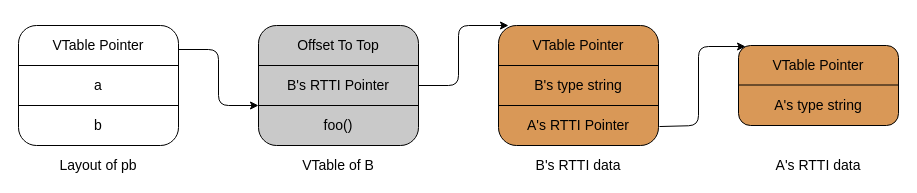
Above: rtti.drawio in luxufan/simple-website-template (draw.io), before the change. Source tidied: cells renumbered, new cells numbered last; positions are measured from the earlier drawing's top-left corner, leaving out a move shared by most shapes. Both pictures are drawn from the tidied source at 100%, with x=0, y=0 at pixel (18, 25).
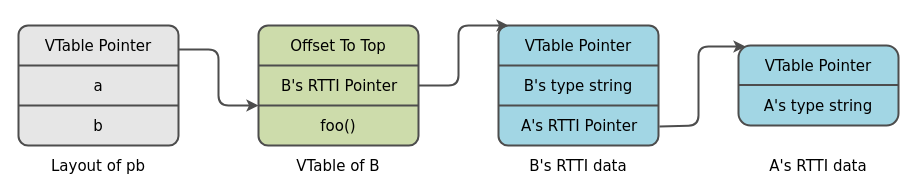
After the change.

What changed in the source:
```diff
@@
-    <mxCell id="2" style="rounded=1;whiteSpace=wrap;html=1;fillColor=#FFFFFF;" parent="1" vertex="1">
+    <mxCell id="2" style="rounded=1;whiteSpace=wrap;html=1;fillColor=#E6E6E6;arcSize=8;strokeColor=#4D4D4D;strokeWidth=2;" parent="1" vertex="1">
       <mxGeometry width="160" height="120" as="geometry" />
     </mxCell>
-    <mxCell id="3" style="endArrow=none;html=1;rounded=0;" parent="1" edge="1">
+    <mxCell id="3" style="endArrow=none;html=1;rounded=0;strokeColor=#4D4D4D;strokeWidth=2;" parent="1" edge="1">
       <mxGeometry relative="1" as="geometry">
         <mxPoint y="40" as="sourcePoint" />
         <mxPoint x="160" y="40" as="targetPoint" />
       </mxGeometry>
     </mxCell>
-    <mxCell id="4" style="endArrow=none;html=1;rounded=0;" parent="1" edge="1">
+    <mxCell id="4" style="endArrow=none;html=1;rounded=0;strokeColor=#4D4D4D;strokeWidth=2;" parent="1" edge="1">
       <mxGeometry relative="1" as="geometry">
         <mxPoint y="80" as="sourcePoint" />
         <mxPoint x="160" y="80" as="targetPoint" />
       </mxGeometry>
     </mxCell>
-    <mxCell id="5" style="rounded=1;whiteSpace=wrap;html=1;fillColor=#C9C9C9;strokeColor=default;" parent="1" vertex="1">
+    <mxCell id="5" style="rounded=1;whiteSpace=wrap;html=1;fillColor=#CDDCAB;strokeColor=#4D4D4D;arcSize=8;strokeWidth=2;" parent="1" vertex="1">
       <mxGeometry x="240" width="160" height="120" as="geometry" />
     </mxCell>
-    <mxCell id="6" style="endArrow=none;html=1;rounded=0;strokeColor=default;" parent="1" edge="1">
+    <mxCell id="6" style="endArrow=none;html=1;rounded=0;strokeColor=#4D4D4D;strokeWidth=2;" parent="1" edge="1">
       <mxGeometry relative="1" as="geometry">
         <mxPoint x="240" y="40" as="sourcePoint" />
         <mxPoint x="400" y="40" as="targetPoint" />
       </mxGeometry>
     </mxCell>
-    <mxCell id="7" style="endArrow=none;html=1;rounded=0;strokeColor=default;" parent="1" edge="1">
+    <mxCell id="7" style="endArrow=none;html=1;rounded=0;strokeColor=#4D4D4D;strokeWidth=2;" parent="1" edge="1">
       <mxGeometry relative="1" as="geometry">
         <mxPoint x="240" y="80" as="sourcePoint" />
         <mxPoint x="400" y="80" as="targetPoint" />
       </mxGeometry>
     </mxCell>
-    <mxCell id="8" style="rounded=1;whiteSpace=wrap;html=1;fillColor=#D99857;strokeColor=default;" parent="1" vertex="1">
+    <mxCell id="8" style="rounded=1;whiteSpace=wrap;html=1;fillColor=#A2D6E4;strokeColor=#4D4D4D;arcSize=8;strokeWidth=2;" parent="1" vertex="1">
       <mxGeometry x="480" width="160" height="120" as="geometry" />
     </mxCell>
-    <mxCell id="9" style="endArrow=none;html=1;rounded=0;strokeColor=default;" parent="1" edge="1">
+    <mxCell id="9" style="endArrow=none;html=1;rounded=0;strokeColor=#4D4D4D;strokeWidth=2;" parent="1" edge="1">
       <mxGeometry relative="1" as="geometry">
         <mxPoint x="480" y="40" as="sourcePoint" />
         <mxPoint x="640" y="40" as="targetPoint" />
       </mxGeometry>
     </mxCell>
-    <mxCell id="10" style="endArrow=none;html=1;rounded=0;strokeColor=default;" parent="1" edge="1">
+    <mxCell id="10" style="endArrow=none;html=1;rounded=0;strokeColor=#4D4D4D;strokeWidth=2;" parent="1" edge="1">
       <mxGeometry relative="1" as="geometry">
         <mxPoint x="480" y="80" as="sourcePoint" />
         <mxPoint x="640" y="80" as="targetPoint" />
       </mxGeometry>
     </mxCell>
-    <mxCell id="11" style="rounded=1;whiteSpace=wrap;html=1;fillColor=#D99857;strokeColor=default;" parent="1" vertex="1">
+    <mxCell id="11" style="rounded=1;whiteSpace=wrap;html=1;fillColor=#A2D6E4;strokeColor=#4D4D4D;strokeWidth=2;" parent="1" vertex="1">
       <mxGeometry x="720" y="20" width="160" height="80" as="geometry" />
     </mxCell>
-    <mxCell id="12" style="endArrow=none;html=1;rounded=0;strokeColor=default;" parent="1" edge="1">
+    <mxCell id="12" style="endArrow=none;html=1;rounded=0;strokeColor=#4D4D4D;strokeWidth=2;" parent="1" edge="1">
       <mxGeometry relative="1" as="geometry">
         <mxPoint x="720" y="59.5" as="sourcePoint" />
         <mxPoint x="880" y="59.5" as="targetPoint" />
       </mxGeometry>
     </mxCell>
-    <mxCell id="13" value="&lt;font style=&quot;font-size: 14px;&quot;&gt;VTable Pointer&lt;/font&gt;" style="rounded=1;whiteSpace=wrap;html=1;fillColor=#FFFFFF;strokeColor=#FFFFFF;" parent="1" vertex="1">
+    <mxCell id="13" value="&lt;font face=&quot;Verdana&quot; style=&quot;font-size: 15px;&quot;&gt;VTable Pointer&lt;/font&gt;" style="rounded=1;whiteSpace=wrap;html=1;fillColor=none;strokeColor=none;" parent="1" vertex="1">
       <mxGeometry x="20" y="10" width="120" height="20" as="geometry" />
     </mxCell>
-    <mxCell id="14" value="&lt;font style=&quot;font-size: 14px;&quot;&gt;a&lt;/font&gt;" style="rounded=1;whiteSpace=wrap;html=1;fillColor=#FFFFFF;strokeColor=#FFFFFF;" parent="1" vertex="1">
+    <mxCell id="14" value="&lt;font face=&quot;Verdana&quot; style=&quot;font-size: 15px;&quot;&gt;a&lt;/font&gt;" style="rounded=1;whiteSpace=wrap;html=1;fillColor=none;strokeColor=none;" parent="1" vertex="1">
       <mxGeometry x="20" y="50" width="120" height="20" as="geometry" />
     </mxCell>
-    <mxCell id="15" value="&lt;font style=&quot;font-size: 14px;&quot;&gt;b&lt;/font&gt;" style="rounded=1;whiteSpace=wrap;html=1;fillColor=#FFFFFF;strokeColor=#FFFFFF;" parent="1" vertex="1">
+    <mxCell id="15" value="&lt;font face=&quot;Verdana&quot; style=&quot;font-size: 15px;&quot;&gt;b&lt;/font&gt;" style="rounded=1;whiteSpace=wrap;html=1;fillColor=none;strokeColor=none;" parent="1" vertex="1">
       <mxGeometry x="20" y="90" width="120" height="20" as="geometry" />
     </mxCell>
-    <mxCell id="16" value="&lt;font style=&quot;font-size: 14px;&quot;&gt;Offset To Top&lt;/font&gt;" style="rounded=1;whiteSpace=wrap;html=1;fillColor=#C9C9C9;strokeColor=#C9C9C9;" parent="1" vertex="1">
+    <mxCell id="16" value="&lt;font face=&quot;Verdana&quot; style=&quot;font-size: 15px;&quot;&gt;Offset To Top&lt;/font&gt;" style="rounded=1;whiteSpace=wrap;html=1;fillColor=none;strokeColor=none;" parent="1" vertex="1">
       <mxGeometry x="260" y="10" width="120" height="20" as="geometry" />
     </mxCell>
-    <mxCell id="17" value="&lt;font style=&quot;font-size: 14px;&quot;&gt;B's RTTI Pointer&lt;/font&gt;" style="rounded=1;whiteSpace=wrap;html=1;fillColor=#C9C9C9;strokeColor=#C9C9C9;" parent="1" vertex="1">
-      <mxGeometry x="260" y="50" width="120" height="20" as="geometry" />
+    <mxCell id="17" value="&lt;font face=&quot;Verdana&quot; style=&quot;font-size: 15px;&quot;&gt;B's RTTI Pointer&lt;/font&gt;" style="rounded=1;whiteSpace=wrap;html=1;fillColor=none;strokeColor=none;" parent="1" vertex="1">
+      <mxGeometry x="256" y="50" width="130" height="20" as="geometry" />
     </mxCell>
-    <mxCell id="18" value="&lt;span style=&quot;font-size: 14px;&quot;&gt;foo()&lt;/span&gt;" style="rounded=1;whiteSpace=wrap;html=1;fillColor=#C9C9C9;strokeColor=#C9C9C9;" parent="1" vertex="1">
+    <mxCell id="18" value="&lt;font style=&quot;font-size: 15px;&quot; face=&quot;Verdana&quot;&gt;foo()&lt;/font&gt;" style="rounded=1;whiteSpace=wrap;html=1;fillColor=none;strokeColor=none;" parent="1" vertex="1">
       <mxGeometry x="260" y="90" width="120" height="20" as="geometry" />
     </mxCell>
-    <mxCell id="19" value="&lt;font style=&quot;font-size: 14px;&quot;&gt;VTable Pointer&lt;/font&gt;" style="rounded=1;whiteSpace=wrap;html=1;fillColor=#D99857;strokeColor=#D99857;" parent="1" vertex="1">
+    <mxCell id="19" value="&lt;font face=&quot;Verdana&quot; style=&quot;font-size: 15px;&quot;&gt;VTable Pointer&lt;/font&gt;" style="rounded=1;whiteSpace=wrap;html=1;fillColor=none;strokeColor=none;" parent="1" vertex="1">
       <mxGeometry x="500" y="10" width="120" height="20" as="geometry" />
     </mxCell>
-    <mxCell id="20" value="&lt;font style=&quot;font-size: 14px;&quot;&gt;B's type string&lt;/font&gt;" style="rounded=1;whiteSpace=wrap;html=1;fillColor=#D99857;strokeColor=#D99857;" parent="1" vertex="1">
+    <mxCell id="20" value="&lt;font face=&quot;Verdana&quot; style=&quot;font-size: 15px;&quot;&gt;B's type string&lt;/font&gt;" style="rounded=1;whiteSpace=wrap;html=1;fillColor=none;strokeColor=none;" parent="1" vertex="1">
       <mxGeometry x="500" y="50" width="120" height="20" as="geometry" />
     </mxCell>
-    <mxCell id="21" value="&lt;font style=&quot;font-size: 14px;&quot;&gt;A's RTTI Pointer&lt;/font&gt;" style="rounded=1;whiteSpace=wrap;html=1;fillColor=#D99857;strokeColor=#D99857;" parent="1" vertex="1">
-      <mxGeometry x="500" y="90" width="120" height="20" as="geometry" />
+    <mxCell id="21" value="&lt;font face=&quot;Verdana&quot; style=&quot;font-size: 15px;&quot;&gt;A's RTTI Pointer&lt;/font&gt;" style="rounded=1;whiteSpace=wrap;html=1;fillColor=none;strokeColor=none;" parent="1" vertex="1">
+      <mxGeometry x="496" y="90" width="130" height="20" as="geometry" />
     </mxCell>
-    <mxCell id="22" value="&lt;span style=&quot;font-size: 14px;&quot;&gt;VTable Pointer&lt;/span&gt;" style="rounded=1;whiteSpace=wrap;html=1;fillColor=#D99857;strokeColor=#D99857;" parent="1" vertex="1">
+    <mxCell id="22" value="&lt;font style=&quot;font-size: 15px;&quot; face=&quot;Verdana&quot;&gt;VTable Pointer&lt;/font&gt;" style="rounded=1;whiteSpace=wrap;html=1;fillColor=none;strokeColor=none;" parent="1" vertex="1">
       <mxGeometry x="740" y="30" width="120" height="20" as="geometry" />
     </mxCell>
-    <mxCell id="23" value="&lt;span style=&quot;font-size: 14px;&quot;&gt;A's type string&lt;/span&gt;" style="rounded=1;whiteSpace=wrap;html=1;fillColor=#D99857;strokeColor=#D99857;" parent="1" vertex="1">
+    <mxCell id="23" value="&lt;font style=&quot;font-size: 15px;&quot; face=&quot;Verdana&quot;&gt;A's type string&lt;/font&gt;" style="rounded=1;whiteSpace=wrap;html=1;fillColor=none;strokeColor=none;" parent="1" vertex="1">
       <mxGeometry x="740" y="70" width="120" height="20" as="geometry" />
     </mxCell>
-    <mxCell id="24" style="endArrow=classic;html=1;rounded=1;exitX=1;exitY=0.2;exitDx=0;exitDy=0;exitPerimeter=0;strokeColor=default;curved=0;" parent="1" edge="1" source="2">
+    <mxCell id="24" style="endArrow=classic;html=1;rounded=1;exitX=1;exitY=0.2;exitDx=0;exitDy=0;exitPerimeter=0;strokeColor=#4D4D4D;curved=0;strokeWidth=2;" parent="1" edge="1" source="2">
       <mxGeometry relative="1" as="geometry">
         <mxPoint x="240" y="80" as="targetPoint" />
         <Array as="points">
           <mxPoint x="200" y="24" />
           <mxPoint x="200" y="80" />
         </Array>
       </mxGeometry>
     </mxCell>
-    <mxCell id="25" style="endArrow=classic;html=1;rounded=1;exitX=1;exitY=0.5;exitDx=0;exitDy=0;strokeColor=default;curved=0;" parent="1" edge="1" source="5">
+    <mxCell id="25" style="endArrow=classic;html=1;rounded=1;exitX=1;exitY=0.5;exitDx=0;exitDy=0;strokeColor=#4D4D4D;curved=0;strokeWidth=2;" parent="1" edge="1" source="5">
       <mxGeometry relative="1" as="geometry">
         <mxPoint x="490" as="targetPoint" />
         <Array as="points">
           <mxPoint x="440" y="60" />
           <mxPoint x="440" />
         </Array>
       </mxGeometry>
     </mxCell>
-    <mxCell id="26" style="endArrow=classic;html=1;rounded=1;exitX=1.006;exitY=0.842;exitDx=0;exitDy=0;exitPerimeter=0;entryX=0.044;entryY=0.013;entryDx=0;entryDy=0;entryPerimeter=0;flowAnimation=0;shadow=0;strokeColor=default;curved=0;" parent="1" edge="1" source="8" target="11">
+    <mxCell id="26" style="endArrow=classic;html=1;rounded=1;exitX=1.006;exitY=0.842;exitDx=0;exitDy=0;exitPerimeter=0;entryX=0.044;entryY=0.013;entryDx=0;entryDy=0;entryPerimeter=0;flowAnimation=0;shadow=0;strokeColor=#4D4D4D;curved=0;strokeWidth=2;" parent="1" edge="1" source="8" target="11">
       <mxGeometry relative="1" as="geometry">
         <Array as="points">
           <mxPoint x="680" y="100" />
           <mxPoint x="680" y="21" />
         </Array>
       </mxGeometry>
     </mxCell>
-    <mxCell id="27" value="Layout of pb" style="rounded=1;whiteSpace=wrap;html=1;fontSize=14;strokeColor=#FFFFFF;fillColor=#FFFFFF;" parent="1" vertex="1">
+    <mxCell id="27" value="&lt;font style=&quot;font-size: 15px;&quot; face=&quot;Verdana&quot;&gt;Layout of pb&lt;/font&gt;" style="rounded=1;whiteSpace=wrap;html=1;fontSize=14;strokeColor=#FFFFFF;fillColor=#FFFFFF;" parent="1" vertex="1">
       <mxGeometry x="20" y="130" width="120" height="20" as="geometry" />
     </mxCell>
-    <mxCell id="28" value="VTable of B" style="rounded=1;whiteSpace=wrap;html=1;fontSize=14;strokeColor=#FFFFFF;fillColor=#FFFFFF;" parent="1" vertex="1">
+    <mxCell id="28" value="&lt;font style=&quot;font-size: 15px;&quot; face=&quot;Verdana&quot;&gt;VTable of B&lt;/font&gt;" style="rounded=1;whiteSpace=wrap;html=1;fontSize=14;strokeColor=#FFFFFF;fillColor=#FFFFFF;" parent="1" vertex="1">
       <mxGeometry x="260" y="130" width="120" height="20" as="geometry" />
     </mxCell>
@@
-    <mxCell id="30" value="B's RTTI data" style="rounded=1;whiteSpace=wrap;html=1;fontSize=14;strokeColor=#FFFFFF;fillColor=#FFFFFF;" parent="1" vertex="1">
+    <mxCell id="30" value="&lt;font style=&quot;font-size: 15px;&quot; face=&quot;Verdana&quot;&gt;B's RTTI data&lt;/font&gt;" style="rounded=1;whiteSpace=wrap;html=1;fontSize=14;strokeColor=#FFFFFF;fillColor=#FFFFFF;" parent="1" vertex="1">
       <mxGeometry x="500" y="130" width="120" height="20" as="geometry" />
     </mxCell>
-    <mxCell id="31" value="A's RTTI data" style="rounded=1;whiteSpace=wrap;html=1;fontSize=14;strokeColor=#FFFFFF;fillColor=#FFFFFF;" parent="1" vertex="1">
+    <mxCell id="31" value="&lt;font style=&quot;font-size: 15px;&quot; face=&quot;Verdana&quot;&gt;A's RTTI data&lt;/font&gt;" style="rounded=1;whiteSpace=wrap;html=1;fontSize=14;strokeColor=#FFFFFF;fillColor=#FFFFFF;" parent="1" vertex="1">
       <mxGeometry x="740" y="130" width="120" height="20" as="geometry" />
     </mxCell>
```
